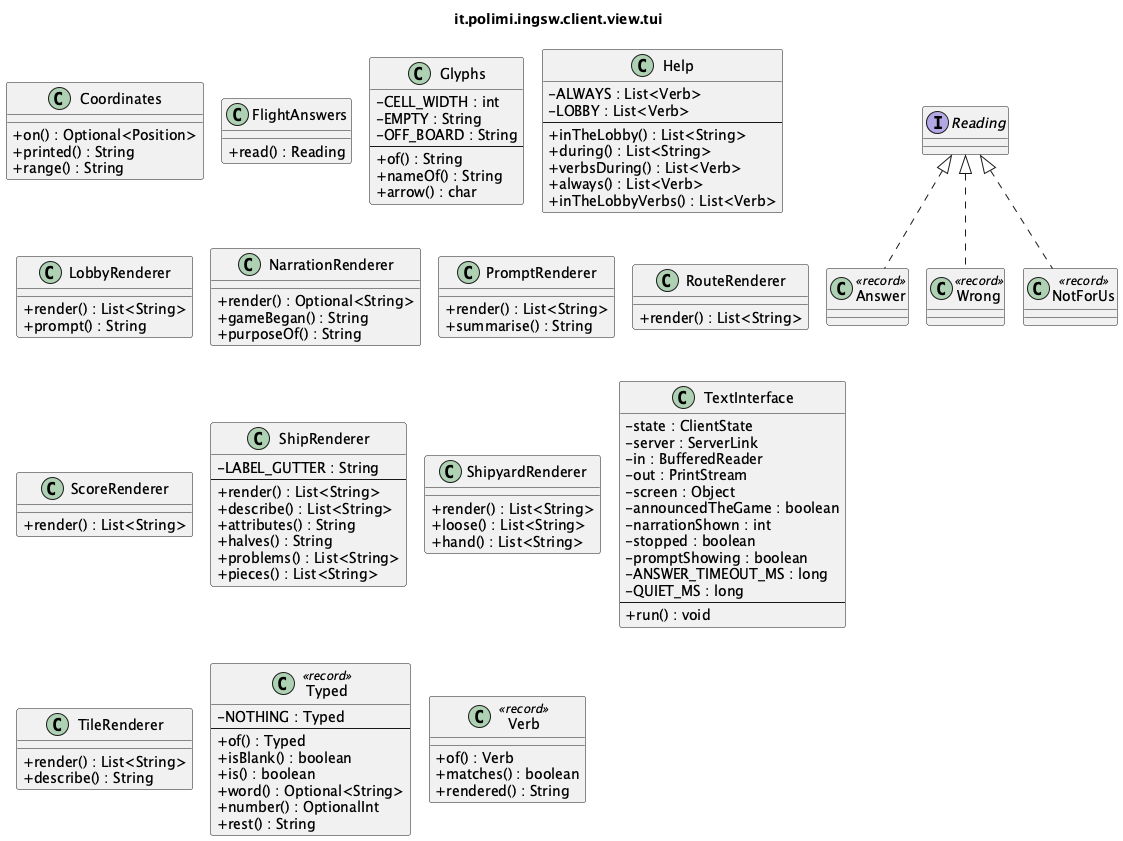
Earlier version of the PlantUML export docs/uml/detailed/it_polimi_ingsw_client_view_tui.png (samuelesegrini/ing-sw-2025-segrini-terribile-varricchio-zanca).
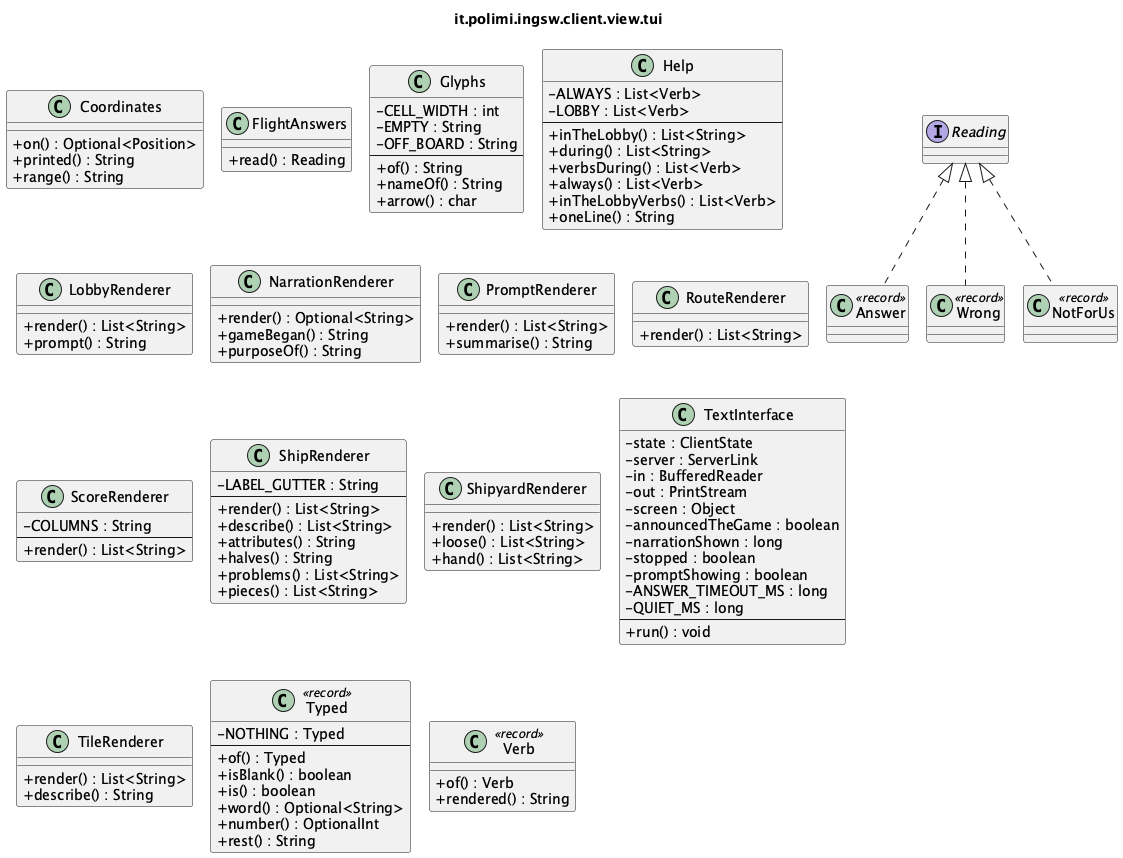
After the commit.

Change to the diagram source:
```diff
@@ -38,6 +38,7 @@
   +verbsDuring() : List<Verb>
   +always() : List<Verb>
   +inTheLobbyVerbs() : List<Verb>
+  +oneLine() : String
 }
 class LobbyRenderer {
   +render() : List<String>
@@ -56,6 +57,8 @@
   +render() : List<String>
 }
 class ScoreRenderer {
+  -COLUMNS : String
+  --
   +render() : List<String>
 }
 class ShipRenderer {
@@ -80,7 +83,7 @@
   -out : PrintStream
   -screen : Object
   -announcedTheGame : boolean
-  -narrationShown : int
+  -narrationShown : long
   -stopped : boolean
   -promptShowing : boolean
   -ANSWER_TIMEOUT_MS : long
@@ -104,7 +107,6 @@
 }
 class Verb <<record>> {
   +of() : Verb
-  +matches() : boolean
   +rendered() : String
 }
 
```
